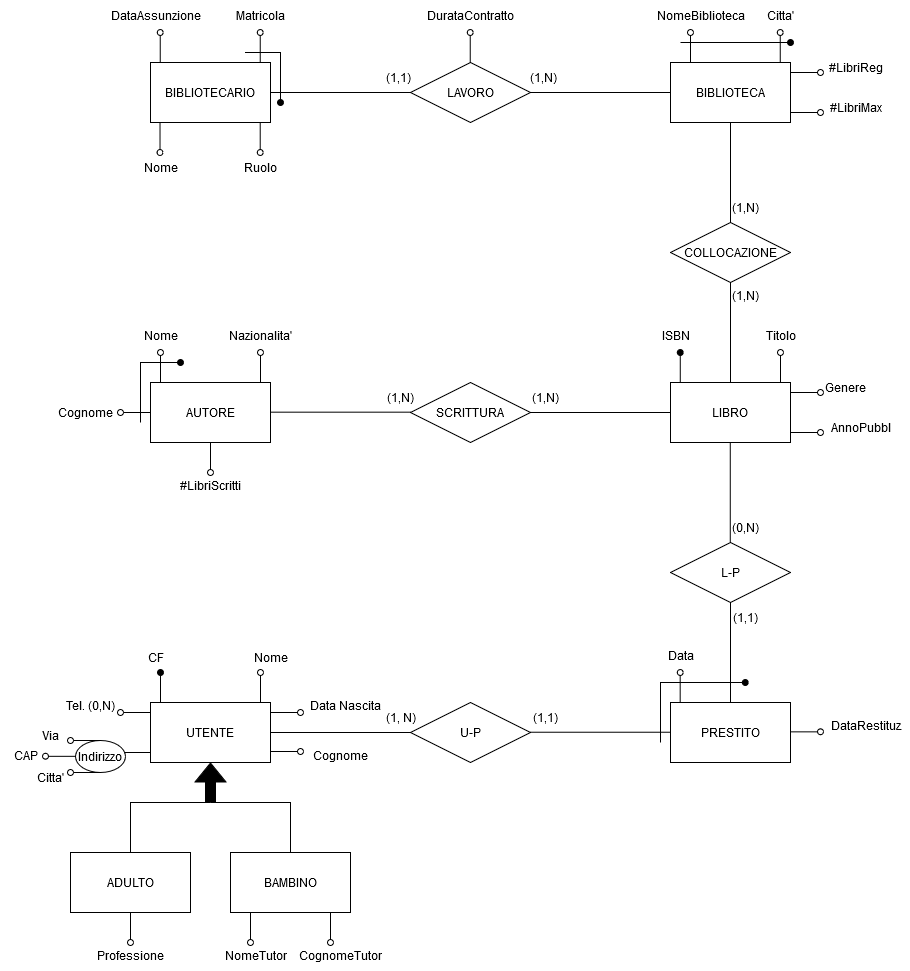
The draw.io diagram Biblioteca.drawio.png in alexbnls/BasiDati, before a commit. Source tidied: cells renumbered, new cells last; positions are measured from the earlier drawing's top-left corner, leaving out a move shared by most shapes.
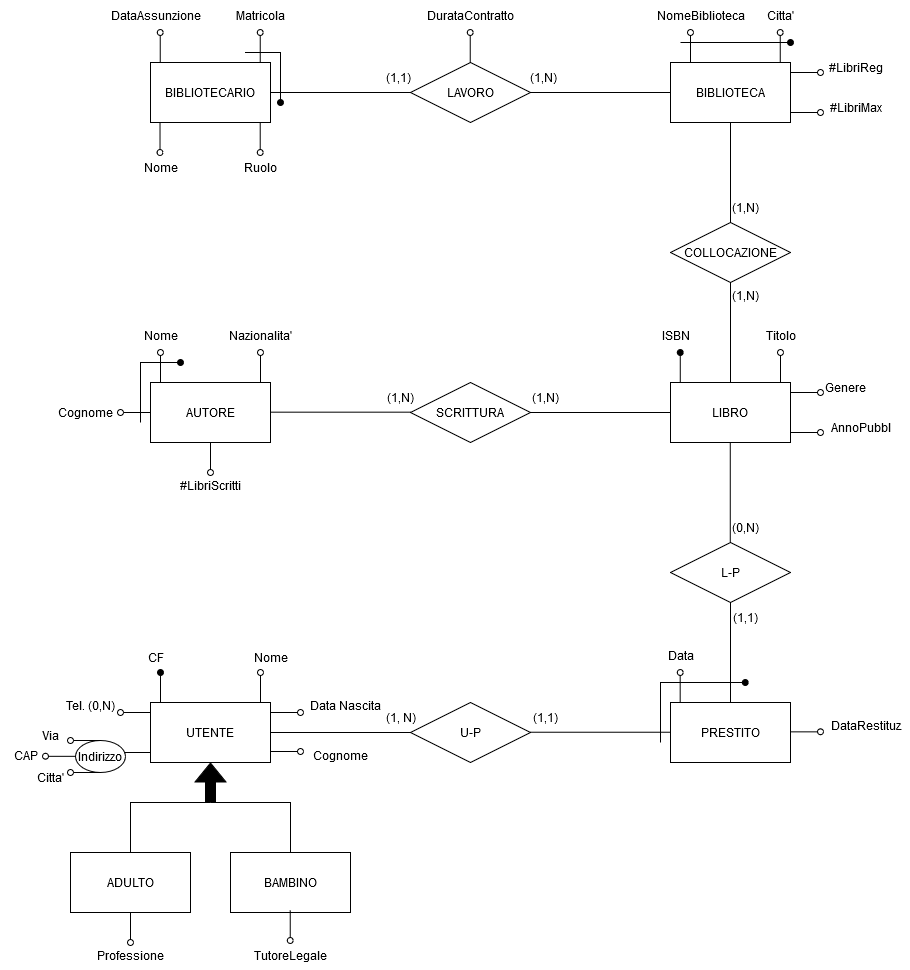
The same file after the commit.

Change to the diagram source:
```diff
@@ -430,25 +430,16 @@
     </mxCell>
     <mxCell id="96" style="endArrow=oval;html=1;rounded=0;endFill=0;" parent="1" edge="1">
       <mxGeometry relative="1" as="geometry">
-        <mxPoint x="250" y="912" as="sourcePoint" />
-        <mxPoint x="250" y="942" as="targetPoint" />
+        <mxPoint x="289.7" y="910" as="sourcePoint" />
+        <mxPoint x="289.7" y="940" as="targetPoint" />
       </mxGeometry>
     </mxCell>
     <mxCell id="97" value="Professione" style="text;html=1;align=center;verticalAlign=middle;strokeColor=none;fillColor=none;" parent="1" vertex="1">
       <mxGeometry x="85" y="940" width="90" height="30" as="geometry" />
     </mxCell>
-    <mxCell id="98" value="NomeTutor" style="text;html=1;align=center;verticalAlign=middle;strokeColor=none;fillColor=none;" parent="1" vertex="1">
-      <mxGeometry x="215" y="940" width="80" height="30" as="geometry" />
+    <mxCell id="98" value="TutoreLegale" style="text;html=1;align=center;verticalAlign=middle;strokeColor=none;fillColor=none;" parent="1" vertex="1">
+      <mxGeometry x="245" y="940" width="90" height="30" as="geometry" />
     </mxCell>
-    <mxCell id="99" style="endArrow=oval;html=1;rounded=0;endFill=0;" parent="1" edge="1">
-      <mxGeometry relative="1" as="geometry">
-        <mxPoint x="330" y="912" as="sourcePoint" />
-        <mxPoint x="330" y="942" as="targetPoint" />
-      </mxGeometry>
-    </mxCell>
-    <mxCell id="100" value="CognomeTutor" style="text;html=1;align=center;verticalAlign=middle;strokeColor=none;fillColor=none;" parent="1" vertex="1">
-      <mxGeometry x="290" y="940" width="100" height="30" as="geometry" />
-    </mxCell>
     <mxCell id="101" style="endArrow=oval;html=1;rounded=0;endFill=0;" parent="1" edge="1">
       <mxGeometry relative="1" as="geometry">
         <mxPoint x="210" y="442" as="sourcePoint" />
```
